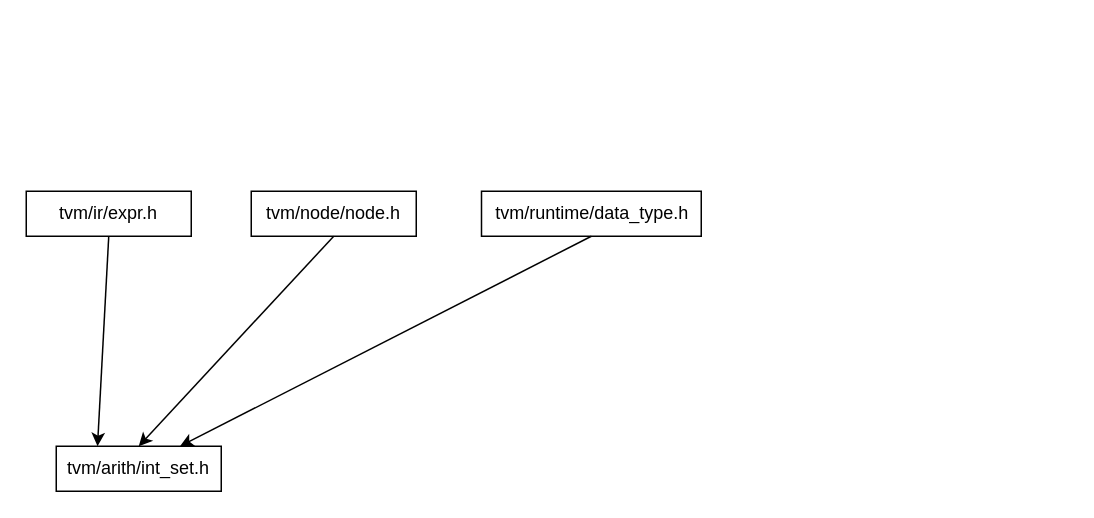
Above: arith.drawio in spz0507/kvmstudy (draw.io), before the change. Source tidied: cells renumbered, new cells numbered last; positions are measured from the earlier drawing's top-left corner, leaving out a move shared by most shapes. Both pictures are drawn from the tidied source at 150%, with x=0, y=0 at pixel (26, 190).
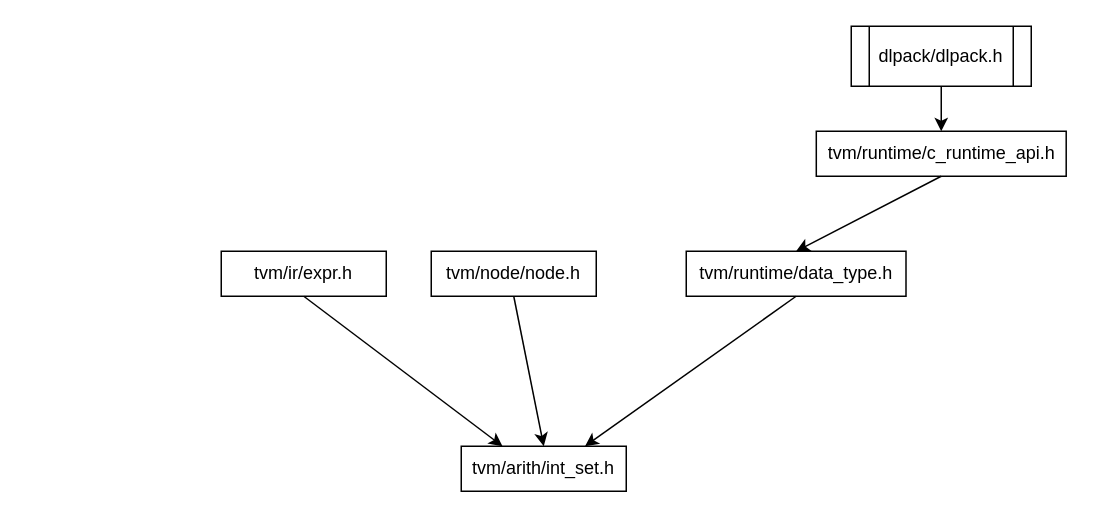
The same page after the edit.

The edit, as a diff of the source:
```diff
@@
 <mxGraphModel>
   <root>
     <mxCell id="0" />
     <mxCell id="1" parent="0" />
     <mxCell id="2" value="tvm/ir/expr.h" style="html=1;whiteSpace=wrap;" parent="1" vertex="1">
-      <mxGeometry width="110" height="30" as="geometry" />
+      <mxGeometry x="130" y="40" width="110" height="30" as="geometry" />
     </mxCell>
     <mxCell id="3" value="tvm/node/node.h" style="html=1;whiteSpace=wrap;" parent="1" vertex="1">
-      <mxGeometry x="150" width="110" height="30" as="geometry" />
+      <mxGeometry x="270" y="40" width="110" height="30" as="geometry" />
     </mxCell>
     <mxCell id="4" value="tvm/runtime/data_type.h" style="html=1;whiteSpace=wrap;" parent="1" vertex="1">
-      <mxGeometry x="303.5" width="146.5" height="30" as="geometry" />
+      <mxGeometry x="440" y="40" width="146.5" height="30" as="geometry" />
     </mxCell>
     <mxCell id="5" value="tvm/arith/int_set.h" style="html=1;whiteSpace=wrap;" parent="1" vertex="1">
-      <mxGeometry x="20" y="170" width="110" height="30" as="geometry" />
+      <mxGeometry x="290" y="170" width="110" height="30" as="geometry" />
     </mxCell>
     <mxCell id="6" style="endArrow=classic;html=1;rounded=0;exitX=0.5;exitY=1;exitDx=0;exitDy=0;entryX=0.25;entryY=0;entryDx=0;entryDy=0;" parent="1" edge="1" source="2" target="5">
       <mxGeometry relative="1" as="geometry" />
     </mxCell>
     <mxCell id="7" style="endArrow=classic;html=1;rounded=0;exitX=0.5;exitY=1;exitDx=0;exitDy=0;entryX=0.5;entryY=0;entryDx=0;entryDy=0;" parent="1" edge="1" source="3" target="5">
       <mxGeometry relative="1" as="geometry" />
     </mxCell>
     <mxCell id="8" style="endArrow=classic;html=1;rounded=0;exitX=0.5;exitY=1;exitDx=0;exitDy=0;entryX=0.75;entryY=0;entryDx=0;entryDy=0;" parent="1" edge="1" source="4" target="5">
       <mxGeometry relative="1" as="geometry" />
     </mxCell>
+    <mxCell id="9" value="dlpack/dlpack.h" style="shape=process;whiteSpace=wrap;html=1;backgroundOutline=1;" parent="1" vertex="1">
+      <mxGeometry x="550" y="-110" width="120" height="40" as="geometry" />
+    </mxCell>
+    <mxCell id="10" value="tvm/runtime/c_runtime_api.h" style="html=1;whiteSpace=wrap;" parent="1" vertex="1">
+      <mxGeometry x="526.7" y="-40" width="166.6" height="30" as="geometry" />
+    </mxCell>
+    <mxCell id="11" style="endArrow=classic;html=1;rounded=0;exitX=0.5;exitY=1;exitDx=0;exitDy=0;entryX=0.5;entryY=0;entryDx=0;entryDy=0;" parent="1" edge="1" source="9" target="10">
+      <mxGeometry relative="1" as="geometry" />
+    </mxCell>
+    <mxCell id="12" style="endArrow=classic;html=1;rounded=0;exitX=0.5;exitY=1;exitDx=0;exitDy=0;entryX=0.5;entryY=0;entryDx=0;entryDy=0;" parent="1" edge="1" source="10" target="4">
+      <mxGeometry relative="1" as="geometry" />
+    </mxCell>
   </root>
 </mxGraphModel>
```
